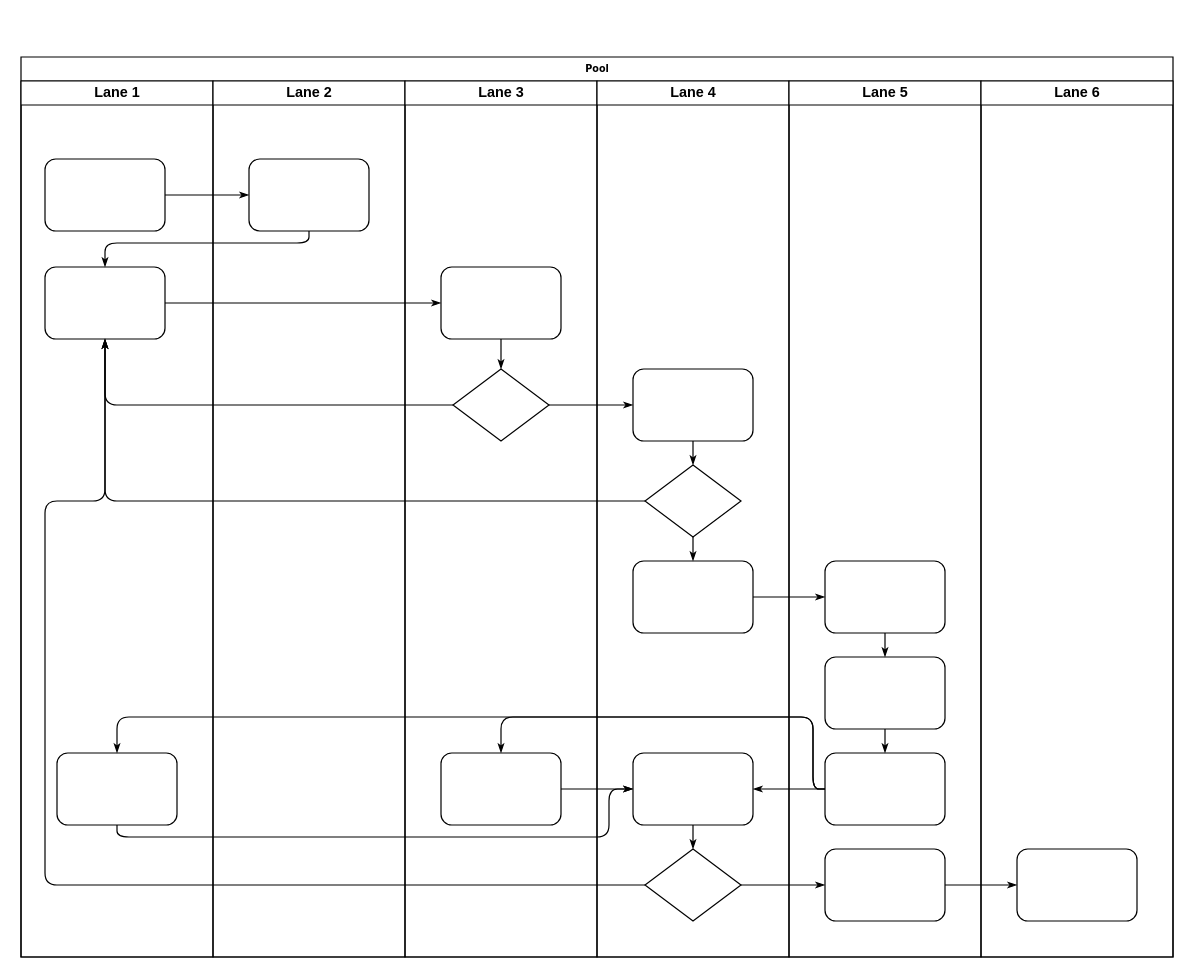
Earlier version of the draw.io diagram Untitled Diagram.drawio (Hermit-Xuan/testfile). Source tidied: cells renumbered, new cells numbered last; positions are measured from the earlier drawing's top-left corner, leaving out a move shared by most shapes. Both pictures are drawn from the tidied source at 120%, with x=0, y=0 at pixel (20, 56).
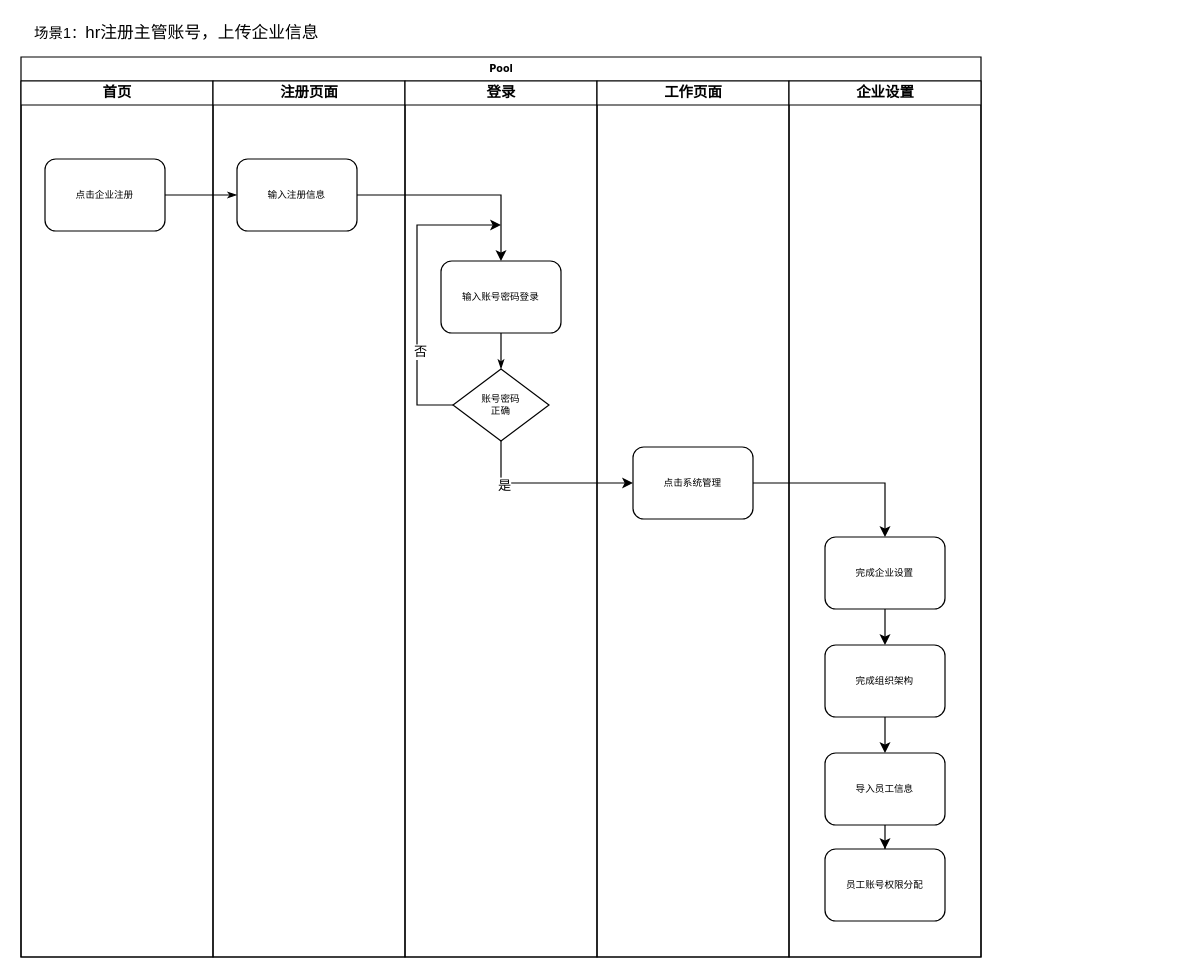
The same diagram, later.

The edit, as a diff of the source:
```diff
@@
     <mxCell id="2" value="Pool" style="swimlane;html=1;startSize=20;rounded=0;shadow=0;labelBackgroundColor=none;strokeWidth=1;fontFamily=Verdana;fontSize=8;align=center;" parent="1" vertex="1">
-      <mxGeometry width="960" height="750" as="geometry" />
+      <mxGeometry width="800" height="750" as="geometry" />
     </mxCell>
-    <mxCell id="3" value="Lane 1" style="swimlane;html=1;startSize=20;" parent="2" vertex="1">
+    <mxCell id="3" value="首页" style="swimlane;html=1;startSize=20;" parent="2" vertex="1">
       <mxGeometry y="20" width="160" height="730" as="geometry" />
     </mxCell>
-    <mxCell id="4" style="rounded=1;whiteSpace=wrap;html=1;shadow=0;labelBackgroundColor=none;strokeWidth=1;fontFamily=Verdana;fontSize=8;align=center;" parent="3" vertex="1">
+    <mxCell id="4" value="点击企业注册" style="rounded=1;whiteSpace=wrap;html=1;shadow=0;labelBackgroundColor=none;strokeWidth=1;fontFamily=Verdana;fontSize=8;align=center;" parent="3" vertex="1">
       <mxGeometry x="20" y="65" width="100" height="60" as="geometry" />
     </mxCell>
-    <mxCell id="5" style="rounded=1;whiteSpace=wrap;html=1;shadow=0;labelBackgroundColor=none;strokeWidth=1;fontFamily=Verdana;fontSize=8;align=center;" parent="3" vertex="1">
-      <mxGeometry x="20" y="155" width="100" height="60" as="geometry" />
-    </mxCell>
-    <mxCell id="6" style="rounded=1;whiteSpace=wrap;html=1;shadow=0;labelBackgroundColor=none;strokeWidth=1;fontFamily=Verdana;fontSize=8;align=center;" parent="3" vertex="1">
-      <mxGeometry x="30" y="560" width="100" height="60" as="geometry" />
-    </mxCell>
@@
-    <mxCell id="8" style="edgeStyle=orthogonalEdgeStyle;rounded=1;html=1;labelBackgroundColor=none;startArrow=none;startFill=0;startSize=5;endArrow=classicThin;endFill=1;endSize=5;jettySize=auto;strokeWidth=1;fontFamily=Verdana;fontSize=8;" parent="2" edge="1" source="23" target="5">
-      <mxGeometry relative="1" as="geometry">
-        <Array as="points">
-          <mxPoint x="240" y="155" />
-          <mxPoint x="70" y="155" />
-        </Array>
-      </mxGeometry>
-    </mxCell>
-    <mxCell id="9" style="edgeStyle=orthogonalEdgeStyle;rounded=1;html=1;labelBackgroundColor=none;startArrow=none;startFill=0;startSize=5;endArrow=classicThin;endFill=1;endSize=5;jettySize=auto;strokeWidth=1;fontFamily=Verdana;fontSize=8;" parent="2" edge="1" source="5" target="25">
-      <mxGeometry relative="1" as="geometry" />
-    </mxCell>
-    <mxCell id="10" style="edgeStyle=orthogonalEdgeStyle;rounded=1;html=1;labelBackgroundColor=none;startArrow=none;startFill=0;startSize=5;endArrow=classicThin;endFill=1;endSize=5;jettySize=auto;strokeWidth=1;fontFamily=Verdana;fontSize=8;" parent="2" edge="1" source="26" target="5">
-      <mxGeometry relative="1" as="geometry" />
-    </mxCell>
-    <mxCell id="11" style="edgeStyle=orthogonalEdgeStyle;rounded=1;html=1;labelBackgroundColor=none;startArrow=none;startFill=0;startSize=5;endArrow=classicThin;endFill=1;endSize=5;jettySize=auto;strokeWidth=1;fontFamily=Verdana;fontSize=8;" parent="2" edge="1" source="31" target="5">
-      <mxGeometry relative="1" as="geometry" />
-    </mxCell>
-    <mxCell id="12" style="edgeStyle=orthogonalEdgeStyle;rounded=1;html=1;labelBackgroundColor=none;startArrow=none;startFill=0;startSize=5;endArrow=classicThin;endFill=1;endSize=5;jettySize=auto;strokeWidth=1;fontFamily=Verdana;fontSize=8;" parent="2" edge="1" source="34" target="5">
-      <mxGeometry relative="1" as="geometry">
-        <Array as="points">
-          <mxPoint x="20" y="690" />
-          <mxPoint x="20" y="370" />
-          <mxPoint x="70" y="370" />
-        </Array>
-      </mxGeometry>
-    </mxCell>
-    <mxCell id="13" style="edgeStyle=orthogonalEdgeStyle;rounded=1;html=1;labelBackgroundColor=none;startArrow=none;startFill=0;startSize=5;endArrow=classicThin;endFill=1;endSize=5;jettySize=auto;strokeWidth=1;fontFamily=Verdana;fontSize=8;" parent="2" edge="1" source="26" target="30">
-      <mxGeometry relative="1" as="geometry" />
-    </mxCell>
-    <mxCell id="14" style="edgeStyle=orthogonalEdgeStyle;rounded=1;html=1;labelBackgroundColor=none;startArrow=none;startFill=0;startSize=5;endArrow=classicThin;endFill=1;endSize=5;jettySize=auto;strokeWidth=1;fontFamily=Verdana;fontSize=8;" parent="2" edge="1" source="34" target="42">
-      <mxGeometry relative="1" as="geometry" />
+    <mxCell id="14" style="edgeStyle=orthogonalEdgeStyle;rounded=1;html=1;labelBackgroundColor=none;startArrow=none;startFill=0;startSize=5;endArrow=classicThin;endFill=1;endSize=5;jettySize=auto;orthogonalLoop=1;strokeWidth=1;fontFamily=Verdana;fontSize=8;" parent="2" edge="1">
+      <mxGeometry relative="1" as="geometry">
+        <mxPoint x="670" y="690" as="targetPoint" />
+      </mxGeometry>
     </mxCell>
-    <mxCell id="15" style="edgeStyle=orthogonalEdgeStyle;rounded=1;html=1;labelBackgroundColor=none;startArrow=none;startFill=0;startSize=5;endArrow=classicThin;endFill=1;endSize=5;jettySize=auto;strokeWidth=1;fontFamily=Verdana;fontSize=8;" parent="2" edge="1" source="42" target="46">
-      <mxGeometry relative="1" as="geometry" />
-    </mxCell>
-    <mxCell id="16" style="edgeStyle=orthogonalEdgeStyle;rounded=1;html=1;labelBackgroundColor=none;startArrow=none;startFill=0;startSize=5;endArrow=classicThin;endFill=1;endSize=5;jettySize=auto;strokeWidth=1;fontFamily=Verdana;fontSize=8;" parent="2" edge="1" source="32" target="39">
-      <mxGeometry relative="1" as="geometry" />
+    <mxCell id="16" style="edgeStyle=orthogonalEdgeStyle;rounded=1;html=1;labelBackgroundColor=none;startArrow=none;startFill=0;startSize=5;endArrow=classicThin;endFill=1;endSize=5;jettySize=auto;orthogonalLoop=1;strokeWidth=1;fontFamily=Verdana;fontSize=8;" parent="2" edge="1">
+      <mxGeometry relative="1" as="geometry">
+        <mxPoint x="610" y="450" as="sourcePoint" />
+      </mxGeometry>
     </mxCell>
-    <mxCell id="17" style="edgeStyle=orthogonalEdgeStyle;rounded=1;html=1;labelBackgroundColor=none;startArrow=none;startFill=0;startSize=5;endArrow=classicThin;endFill=1;endSize=5;jettySize=auto;strokeWidth=1;fontFamily=Verdana;fontSize=8;" parent="2" edge="1" source="41" target="27">
+    <mxCell id="17" style="edgeStyle=orthogonalEdgeStyle;rounded=1;html=1;labelBackgroundColor=none;startArrow=none;startFill=0;startSize=5;endArrow=classicThin;endFill=1;endSize=5;jettySize=auto;orthogonalLoop=1;strokeWidth=1;fontFamily=Verdana;fontSize=8;" parent="2" edge="1">
       <mxGeometry relative="1" as="geometry">
+        <mxPoint x="670" y="610" as="sourcePoint" />
         <Array as="points">
           <mxPoint x="660" y="610" />
           <mxPoint x="660" y="550" />
           <mxPoint x="400" y="550" />
         </Array>
       </mxGeometry>
     </mxCell>
-    <mxCell id="18" style="edgeStyle=orthogonalEdgeStyle;rounded=1;html=1;labelBackgroundColor=none;startArrow=none;startFill=0;startSize=5;endArrow=classicThin;endFill=1;endSize=5;jettySize=auto;strokeColor=#000000;strokeWidth=1;fontFamily=Verdana;fontSize=8;fontColor=#000000;" parent="2" edge="1" source="41" target="33">
-      <mxGeometry relative="1" as="geometry" />
+    <mxCell id="18" style="edgeStyle=orthogonalEdgeStyle;rounded=1;html=1;labelBackgroundColor=none;startArrow=none;startFill=0;startSize=5;endArrow=classicThin;endFill=1;endSize=5;jettySize=auto;orthogonalLoop=1;strokeColor=#000000;strokeWidth=1;fontFamily=Verdana;fontSize=8;fontColor=#000000;" parent="2" edge="1">
+      <mxGeometry relative="1" as="geometry">
+        <mxPoint x="670" y="610" as="sourcePoint" />
+      </mxGeometry>
     </mxCell>
-    <mxCell id="19" style="edgeStyle=orthogonalEdgeStyle;rounded=1;html=1;labelBackgroundColor=none;startArrow=none;startFill=0;startSize=5;endArrow=classicThin;endFill=1;endSize=5;jettySize=auto;strokeWidth=1;fontFamily=Verdana;fontSize=8;" parent="2" edge="1" source="41" target="6">
-      <mxGeometry relative="1" as="geometry">
-        <Array as="points">
-          <mxPoint x="660" y="610" />
-          <mxPoint x="660" y="550" />
-          <mxPoint x="80" y="550" />
-        </Array>
-      </mxGeometry>
-    </mxCell>
-    <mxCell id="20" style="edgeStyle=orthogonalEdgeStyle;rounded=1;html=1;labelBackgroundColor=none;startArrow=none;startFill=0;startSize=5;endArrow=classicThin;endFill=1;endSize=5;jettySize=auto;strokeWidth=1;fontFamily=Verdana;fontSize=8;" parent="2" edge="1" source="6" target="33">
-      <mxGeometry relative="1" as="geometry">
-        <Array as="points">
-          <mxPoint x="80" y="650" />
-          <mxPoint x="490" y="650" />
-          <mxPoint x="490" y="610" />
-        </Array>
-      </mxGeometry>
-    </mxCell>
-    <mxCell id="21" style="edgeStyle=orthogonalEdgeStyle;rounded=1;html=1;labelBackgroundColor=none;startArrow=none;startFill=0;startSize=5;endArrow=classicThin;endFill=1;endSize=5;jettySize=auto;strokeWidth=1;fontFamily=Verdana;fontSize=8;" parent="2" edge="1" source="27" target="33">
-      <mxGeometry relative="1" as="geometry" />
+    <mxCell id="21" style="edgeStyle=orthogonalEdgeStyle;rounded=1;html=1;labelBackgroundColor=none;startArrow=none;startFill=0;startSize=5;endArrow=classicThin;endFill=1;endSize=5;jettySize=auto;orthogonalLoop=1;strokeWidth=1;fontFamily=Verdana;fontSize=8;" parent="2" edge="1">
+      <mxGeometry relative="1" as="geometry">
+        <mxPoint x="510" y="610" as="targetPoint" />
+      </mxGeometry>
     </mxCell>
-    <mxCell id="22" value="Lane 2" style="swimlane;html=1;startSize=20;" parent="2" vertex="1">
+    <mxCell id="22" value="注册页面" style="swimlane;html=1;startSize=20;" parent="2" vertex="1">
       <mxGeometry x="160" y="20" width="160" height="730" as="geometry" />
     </mxCell>
-    <mxCell id="23" style="rounded=1;whiteSpace=wrap;html=1;shadow=0;labelBackgroundColor=none;strokeWidth=1;fontFamily=Verdana;fontSize=8;align=center;" parent="22" vertex="1">
-      <mxGeometry x="30" y="65" width="100" height="60" as="geometry" />
+    <mxCell id="23" value="输入注册信息" style="rounded=1;whiteSpace=wrap;html=1;shadow=0;labelBackgroundColor=none;strokeWidth=1;fontFamily=Verdana;fontSize=8;align=center;" parent="22" vertex="1">
+      <mxGeometry x="20" y="65" width="100" height="60" as="geometry" />
     </mxCell>
-    <mxCell id="24" value="Lane 3" style="swimlane;html=1;startSize=20;" parent="2" vertex="1">
+    <mxCell id="24" value="登录" style="swimlane;html=1;startSize=20;" parent="2" vertex="1">
       <mxGeometry x="320" y="20" width="160" height="730" as="geometry" />
     </mxCell>
-    <mxCell id="25" style="rounded=1;whiteSpace=wrap;html=1;shadow=0;labelBackgroundColor=none;strokeWidth=1;fontFamily=Verdana;fontSize=8;align=center;" parent="24" vertex="1">
-      <mxGeometry x="30" y="155" width="100" height="60" as="geometry" />
+    <mxCell id="25" value="输入账号密码登录" style="rounded=1;whiteSpace=wrap;html=1;shadow=0;labelBackgroundColor=none;strokeWidth=1;fontFamily=Verdana;fontSize=8;align=center;" parent="24" vertex="1">
+      <mxGeometry x="30" y="150" width="100" height="60" as="geometry" />
     </mxCell>
-    <mxCell id="26" style="rhombus;whiteSpace=wrap;html=1;rounded=0;shadow=0;labelBackgroundColor=none;strokeWidth=1;fontFamily=Verdana;fontSize=8;align=center;" parent="24" vertex="1">
+    <mxCell id="26" value="账号密码&lt;br&gt;正确" style="rhombus;whiteSpace=wrap;html=1;rounded=0;shadow=0;labelBackgroundColor=none;strokeWidth=1;fontFamily=Verdana;fontSize=8;align=center;" parent="24" vertex="1">
       <mxGeometry x="40" y="240" width="80" height="60" as="geometry" />
     </mxCell>
-    <mxCell id="27" style="rounded=1;whiteSpace=wrap;html=1;shadow=0;labelBackgroundColor=none;strokeWidth=1;fontFamily=Verdana;fontSize=8;align=center;" parent="24" vertex="1">
-      <mxGeometry x="30" y="560" width="100" height="60" as="geometry" />
-    </mxCell>
@@
-    <mxCell id="29" value="Lane 4" style="swimlane;html=1;startSize=20;" parent="2" vertex="1">
+    <mxCell id="29" value="工作页面" style="swimlane;html=1;startSize=20;" parent="2" vertex="1">
       <mxGeometry x="480" y="20" width="160" height="730" as="geometry" />
     </mxCell>
-    <mxCell id="30" style="rounded=1;whiteSpace=wrap;html=1;shadow=0;labelBackgroundColor=none;strokeWidth=1;fontFamily=Verdana;fontSize=8;align=center;" parent="29" vertex="1">
-      <mxGeometry x="30" y="240" width="100" height="60" as="geometry" />
+    <mxCell id="30" value="点击系统管理" style="rounded=1;whiteSpace=wrap;html=1;shadow=0;labelBackgroundColor=none;strokeWidth=1;fontFamily=Verdana;fontSize=8;align=center;" parent="29" vertex="1">
+      <mxGeometry x="30" y="305" width="100" height="60" as="geometry" />
     </mxCell>
-    <mxCell id="31" style="rhombus;whiteSpace=wrap;html=1;rounded=0;shadow=0;labelBackgroundColor=none;strokeWidth=1;fontFamily=Verdana;fontSize=8;align=center;" parent="29" vertex="1">
-      <mxGeometry x="40" y="320" width="80" height="60" as="geometry" />
-    </mxCell>
-    <mxCell id="32" style="rounded=1;whiteSpace=wrap;html=1;shadow=0;labelBackgroundColor=none;strokeWidth=1;fontFamily=Verdana;fontSize=8;align=center;" parent="29" vertex="1">
-      <mxGeometry x="30" y="400" width="100" height="60" as="geometry" />
-    </mxCell>
-    <mxCell id="33" style="rounded=1;whiteSpace=wrap;html=1;shadow=0;labelBackgroundColor=none;strokeWidth=1;fontFamily=Verdana;fontSize=8;align=center;" parent="29" vertex="1">
-      <mxGeometry x="30" y="560" width="100" height="60" as="geometry" />
-    </mxCell>
-    <mxCell id="34" style="rhombus;whiteSpace=wrap;html=1;rounded=0;shadow=0;labelBackgroundColor=none;strokeWidth=1;fontFamily=Verdana;fontSize=8;align=center;" parent="29" vertex="1">
-      <mxGeometry x="40" y="640" width="80" height="60" as="geometry" />
-    </mxCell>
-    <mxCell id="35" style="edgeStyle=orthogonalEdgeStyle;rounded=1;html=1;labelBackgroundColor=none;startArrow=none;startFill=0;startSize=5;endArrow=classicThin;endFill=1;endSize=5;jettySize=auto;strokeColor=#000000;strokeWidth=1;fontFamily=Verdana;fontSize=8;fontColor=#000000;" parent="29" edge="1" source="30" target="31">
-      <mxGeometry relative="1" as="geometry" />
-    </mxCell>
-    <mxCell id="36" style="edgeStyle=orthogonalEdgeStyle;rounded=1;html=1;labelBackgroundColor=none;startArrow=none;startFill=0;startSize=5;endArrow=classicThin;endFill=1;endSize=5;jettySize=auto;strokeWidth=1;fontFamily=Verdana;fontSize=8;" parent="29" edge="1" source="31" target="32">
-      <mxGeometry relative="1" as="geometry" />
+    <mxCell id="36" style="edgeStyle=orthogonalEdgeStyle;rounded=1;html=1;labelBackgroundColor=none;startArrow=none;startFill=0;startSize=5;endArrow=classicThin;endFill=1;endSize=5;jettySize=auto;orthogonalLoop=1;strokeWidth=1;fontFamily=Verdana;fontSize=8;" parent="29" edge="1">
+      <mxGeometry relative="1" as="geometry">
+        <mxPoint x="80" y="380" as="sourcePoint" />
+      </mxGeometry>
     </mxCell>
-    <mxCell id="37" style="edgeStyle=orthogonalEdgeStyle;rounded=1;html=1;labelBackgroundColor=none;startArrow=none;startFill=0;startSize=5;endArrow=classicThin;endFill=1;endSize=5;jettySize=auto;strokeWidth=1;fontFamily=Verdana;fontSize=8;" parent="29" edge="1" source="33" target="34">
-      <mxGeometry relative="1" as="geometry" />
+    <mxCell id="37" style="edgeStyle=orthogonalEdgeStyle;rounded=1;html=1;labelBackgroundColor=none;startArrow=none;startFill=0;startSize=5;endArrow=classicThin;endFill=1;endSize=5;jettySize=auto;orthogonalLoop=1;strokeWidth=1;fontFamily=Verdana;fontSize=8;" parent="29" edge="1">
+      <mxGeometry relative="1" as="geometry">
+        <mxPoint x="80" y="640" as="targetPoint" />
+      </mxGeometry>
     </mxCell>
-    <mxCell id="38" value="Lane 5" style="swimlane;html=1;startSize=20;" parent="2" vertex="1">
+    <mxCell id="38" value="企业设置" style="swimlane;html=1;startSize=20;" parent="2" vertex="1">
       <mxGeometry x="640" y="20" width="160" height="730" as="geometry" />
     </mxCell>
-    <mxCell id="39" style="rounded=1;whiteSpace=wrap;html=1;shadow=0;labelBackgroundColor=none;strokeWidth=1;fontFamily=Verdana;fontSize=8;align=center;" parent="38" vertex="1">
-      <mxGeometry x="30" y="400" width="100" height="60" as="geometry" />
-    </mxCell>
-    <mxCell id="40" style="rounded=1;whiteSpace=wrap;html=1;shadow=0;labelBackgroundColor=none;strokeWidth=1;fontFamily=Verdana;fontSize=8;align=center;" parent="38" vertex="1">
-      <mxGeometry x="30" y="480" width="100" height="60" as="geometry" />
-    </mxCell>
-    <mxCell id="41" style="rounded=1;whiteSpace=wrap;html=1;shadow=0;labelBackgroundColor=none;strokeWidth=1;fontFamily=Verdana;fontSize=8;align=center;" parent="38" vertex="1">
-      <mxGeometry x="30" y="560" width="100" height="60" as="geometry" />
-    </mxCell>
-    <mxCell id="42" style="rounded=1;whiteSpace=wrap;html=1;shadow=0;labelBackgroundColor=none;strokeWidth=1;fontFamily=Verdana;fontSize=8;align=center;" parent="38" vertex="1">
-      <mxGeometry x="30" y="640" width="100" height="60" as="geometry" />
-    </mxCell>
-    <mxCell id="43" style="edgeStyle=orthogonalEdgeStyle;rounded=1;html=1;labelBackgroundColor=none;startArrow=none;startFill=0;startSize=5;endArrow=classicThin;endFill=1;endSize=5;jettySize=auto;strokeWidth=1;fontFamily=Verdana;fontSize=8;" parent="38" edge="1" source="39" target="40">
-      <mxGeometry relative="1" as="geometry" />
+    <mxCell id="43" style="edgeStyle=orthogonalEdgeStyle;rounded=1;html=1;labelBackgroundColor=none;startArrow=none;startFill=0;startSize=5;endArrow=classicThin;endFill=1;endSize=5;jettySize=auto;orthogonalLoop=1;strokeWidth=1;fontFamily=Verdana;fontSize=8;" parent="38" edge="1">
+      <mxGeometry relative="1" as="geometry">
+        <mxPoint x="80" y="460" as="sourcePoint" />
+      </mxGeometry>
     </mxCell>
-    <mxCell id="44" style="edgeStyle=orthogonalEdgeStyle;rounded=1;html=1;labelBackgroundColor=none;startArrow=none;startFill=0;startSize=5;endArrow=classicThin;endFill=1;endSize=5;jettySize=auto;strokeWidth=1;fontFamily=Verdana;fontSize=8;" parent="38" edge="1" source="40" target="41">
-      <mxGeometry relative="1" as="geometry" />
+    <mxCell id="44" style="edgeStyle=orthogonalEdgeStyle;rounded=1;html=1;labelBackgroundColor=none;startArrow=none;startFill=0;startSize=5;endArrow=classicThin;endFill=1;endSize=5;jettySize=auto;orthogonalLoop=1;strokeWidth=1;fontFamily=Verdana;fontSize=8;" parent="38" edge="1">
+      <mxGeometry relative="1" as="geometry">
+        <mxPoint x="80" y="540" as="sourcePoint" />
+      </mxGeometry>
     </mxCell>
-    <mxCell id="45" value="Lane 6" style="swimlane;html=1;startSize=20;" parent="2" vertex="1">
-      <mxGeometry x="800" y="20" width="160" height="730" as="geometry" />
-    </mxCell>
-    <mxCell id="46" style="rounded=1;whiteSpace=wrap;html=1;shadow=0;labelBackgroundColor=none;strokeWidth=1;fontFamily=Verdana;fontSize=8;align=center;" parent="45" vertex="1">
-      <mxGeometry x="30" y="640" width="100" height="60" as="geometry" />
-    </mxCell>
+    <mxCell id="47" style="edgeStyle=orthogonalEdgeStyle;rounded=0;jettySize=auto;html=1;exitX=0.5;exitY=1;exitDx=0;exitDy=0;entryX=0.5;entryY=0;entryDx=0;entryDy=0;" parent="38" edge="1" source="48" target="50">
+      <mxGeometry relative="1" as="geometry" />
+    </mxCell>
+    <mxCell id="48" value="完成企业设置" style="rounded=1;whiteSpace=wrap;html=1;shadow=0;labelBackgroundColor=none;strokeWidth=1;fontFamily=Verdana;fontSize=8;align=center;" parent="38" vertex="1">
+      <mxGeometry x="30" y="380" width="100" height="60" as="geometry" />
+    </mxCell>
+    <mxCell id="49" style="edgeStyle=orthogonalEdgeStyle;rounded=0;jettySize=auto;html=1;exitX=0.5;exitY=1;exitDx=0;exitDy=0;entryX=0.5;entryY=0;entryDx=0;entryDy=0;" parent="38" edge="1" source="50" target="52">
+      <mxGeometry relative="1" as="geometry" />
+    </mxCell>
+    <mxCell id="50" value="完成组织架构" style="rounded=1;whiteSpace=wrap;html=1;shadow=0;labelBackgroundColor=none;strokeWidth=1;fontFamily=Verdana;fontSize=8;align=center;" parent="38" vertex="1">
+      <mxGeometry x="30" y="470" width="100" height="60" as="geometry" />
+    </mxCell>
+    <mxCell id="51" style="edgeStyle=orthogonalEdgeStyle;rounded=0;jettySize=auto;html=1;exitX=0.5;exitY=1;exitDx=0;exitDy=0;" parent="38" edge="1" source="52" target="53">
+      <mxGeometry relative="1" as="geometry" />
+    </mxCell>
+    <mxCell id="52" value="导入员工信息" style="rounded=1;whiteSpace=wrap;html=1;shadow=0;labelBackgroundColor=none;strokeWidth=1;fontFamily=Verdana;fontSize=8;align=center;" parent="38" vertex="1">
+      <mxGeometry x="30" y="560" width="100" height="60" as="geometry" />
+    </mxCell>
+    <mxCell id="53" value="员工账号权限分配" style="rounded=1;whiteSpace=wrap;html=1;shadow=0;labelBackgroundColor=none;strokeWidth=1;fontFamily=Verdana;fontSize=8;align=center;" parent="38" vertex="1">
+      <mxGeometry x="30" y="640" width="100" height="60" as="geometry" />
+    </mxCell>
+    <mxCell id="54" style="edgeStyle=orthogonalEdgeStyle;rounded=0;jettySize=auto;html=1;exitX=1;exitY=0.5;exitDx=0;exitDy=0;entryX=0.5;entryY=0;entryDx=0;entryDy=0;" parent="2" edge="1" source="23" target="25">
+      <mxGeometry relative="1" as="geometry" />
+    </mxCell>
+    <mxCell id="13" style="edgeStyle=orthogonalEdgeStyle;rounded=0;jettySize=auto;html=1;exitX=0.5;exitY=1;exitDx=0;exitDy=0;entryX=0;entryY=0.5;entryDx=0;entryDy=0;" parent="2" edge="1" source="26" target="30">
+      <mxGeometry relative="1" as="geometry" />
+    </mxCell>
+    <mxCell id="55" value="是" style="edgeLabel;html=1;align=center;verticalAlign=middle;" parent="13" vertex="1">
+      <mxGeometry x="-0.49" y="-1" relative="1" as="geometry" />
+    </mxCell>
+    <mxCell id="56" style="edgeStyle=orthogonalEdgeStyle;rounded=0;jettySize=auto;html=1;exitX=1;exitY=0.5;exitDx=0;exitDy=0;" parent="2" edge="1" source="30" target="48">
+      <mxGeometry relative="1" as="geometry" />
+    </mxCell>
+    <mxCell id="57" value="场景1：&lt;span style=&quot;font-size: 10.5pt&quot;&gt;&lt;span lang=&quot;EN-US&quot;&gt;hr&lt;/span&gt;注册主管账号，上传企业信息&lt;/span&gt;" style="text;html=1;strokeColor=none;fillColor=none;align=center;verticalAlign=middle;whiteSpace=wrap;rounded=0;" parent="1" vertex="1">
+      <mxGeometry y="-30" width="260" height="20" as="geometry" />
+    </mxCell>
+    <mxCell id="58" style="edgeStyle=orthogonalEdgeStyle;rounded=0;jettySize=auto;html=1;exitX=0;exitY=0.5;exitDx=0;exitDy=0;" parent="1" edge="1" source="26">
+      <mxGeometry relative="1" as="geometry">
+        <mxPoint x="400" y="140" as="targetPoint" />
+        <Array as="points">
+          <mxPoint x="330" y="290" />
+          <mxPoint x="330" y="140" />
+        </Array>
+      </mxGeometry>
+    </mxCell>
+    <mxCell id="59" value="否" style="edgeLabel;html=1;align=center;verticalAlign=middle;" parent="58" vertex="1">
+      <mxGeometry x="-0.4" y="-2" relative="1" as="geometry" />
+    </mxCell>
```
